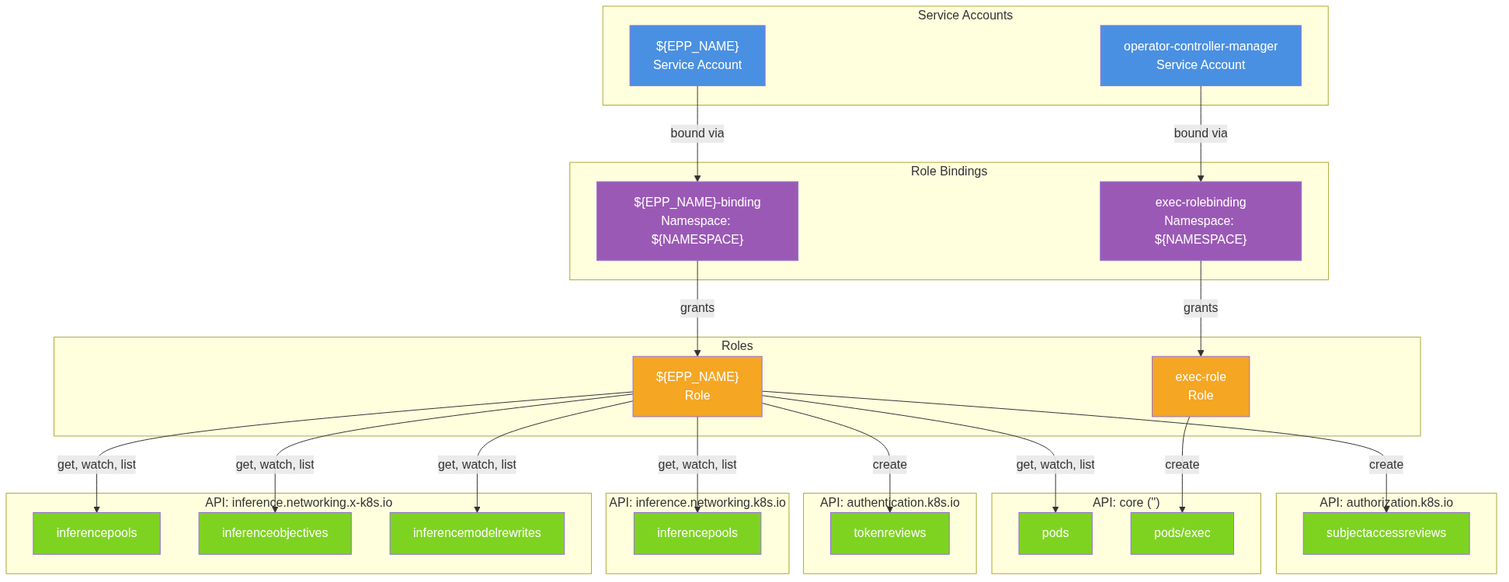
The Mermaid diagram architecture/rhoai-3.4-ea.2/diagrams/llm-d-inference-scheduler-rbac.png in rhuss/architecture-context, before a commit. Its source is kept beside it as architecture/rhoai-3.4-ea.2/diagrams/llm-d-inference-scheduler-rbac.mmd.
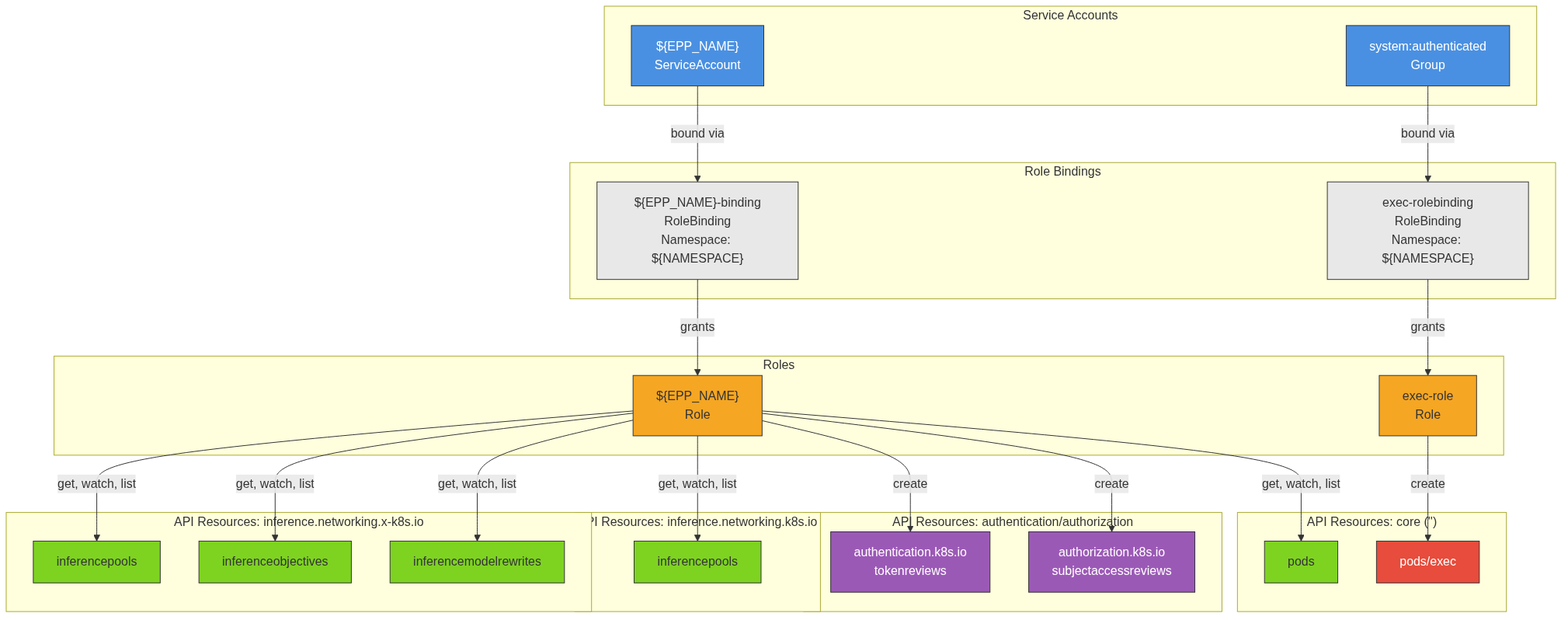
Later version of the same file.

Change to the diagram source:
```diff
@@ -1,13 +1,13 @@
 
 graph TD
     subgraph ServiceAccounts["Service Accounts"]
-        SA_EPP["${EPP_NAME}<br/>Service Account"]
-        SA_Operator["operator-controller-manager<br/>Service Account"]
+        SA_EPP["${EPP_NAME}<br/>ServiceAccount"]
+        SA_Auth["system:authenticated<br/>Group"]
     end
 
     subgraph RoleBindings["Role Bindings"]
-        RB_EPP["${EPP_NAME}-binding<br/>Namespace: ${NAMESPACE}"]
-        RB_Exec["exec-rolebinding<br/>Namespace: ${NAMESPACE}"]
+        RB_EPP["${EPP_NAME}-binding<br/>RoleBinding<br/>Namespace: ${NAMESPACE}"]
+        RB_Exec["exec-rolebinding<br/>RoleBinding<br/>Namespace: ${NAMESPACE}"]
     end
 
     subgraph Roles["Roles"]
@@ -15,56 +15,53 @@
         Role_Exec["exec-role<br/>Role"]
     end
 
-    subgraph Resources_GIE["API: inference.networking.x-k8s.io"]
-        InferencePools_X["inferencepools"]
+    subgraph APIResources_GIE["API Resources: inference.networking.x-k8s.io"]
+        InferencePools_x["inferencepools"]
         InferenceObjectives["inferenceobjectives"]
         InferenceModelRewrites["inferencemodelrewrites"]
     end
 
-    subgraph Resources_GIE_V1["API: inference.networking.k8s.io"]
-        InferencePools_V1["inferencepools"]
+    subgraph APIResources_GIE_GA["API Resources: inference.networking.k8s.io"]
+        InferencePools_GA["inferencepools"]
     end
 
-    subgraph Resources_Core["API: core ('')"]
+    subgraph APIResources_Core["API Resources: core ('')"]
         Pods["pods"]
         PodsExec["pods/exec"]
     end
 
-    subgraph Resources_Auth["API: authentication.k8s.io"]
-        TokenReviews["tokenreviews"]
+    subgraph APIResources_Auth["API Resources: authentication/authorization"]
+        TokenReviews["authentication.k8s.io<br/>tokenreviews"]
+        SubjectAccessReviews["authorization.k8s.io<br/>subjectaccessreviews"]
     end
 
-    subgraph Resources_Authz["API: authorization.k8s.io"]
-        SubjectAccessReviews["subjectaccessreviews"]
-    end
+    SA_EPP -->|"bound via"| RB_EPP
+    SA_Auth -->|"bound via"| RB_Exec
 
-    SA_EPP -->|bound via| RB_EPP
-    RB_EPP -->|grants| Role_EPP
+    RB_EPP -->|"grants"| Role_EPP
+    RB_Exec -->|"grants"| Role_Exec
 
-    SA_Operator -->|bound via| RB_Exec
-    RB_Exec -->|grants| Role_Exec
-
-    Role_EPP -->|"get, watch, list"| InferencePools_X
+    Role_EPP -->|"get, watch, list"| InferencePools_x
     Role_EPP -->|"get, watch, list"| InferenceObjectives
     Role_EPP -->|"get, watch, list"| InferenceModelRewrites
-    Role_EPP -->|"get, watch, list"| InferencePools_V1
+    Role_EPP -->|"get, watch, list"| InferencePools_GA
     Role_EPP -->|"get, watch, list"| Pods
     Role_EPP -->|"create"| TokenReviews
     Role_EPP -->|"create"| SubjectAccessReviews
 
     Role_Exec -->|"create"| PodsExec
 
-    style SA_EPP fill:#4a90e2,color:#fff
-    style SA_Operator fill:#4a90e2,color:#fff
-    style RB_EPP fill:#9b59b6,color:#fff
-    style RB_Exec fill:#9b59b6,color:#fff
-    style Role_EPP fill:#f5a623,color:#fff
-    style Role_Exec fill:#f5a623,color:#fff
-    style InferencePools_X fill:#7ed321,color:#fff
-    style InferenceObjectives fill:#7ed321,color:#fff
-    style InferenceModelRewrites fill:#7ed321,color:#fff
-    style InferencePools_V1 fill:#7ed321,color:#fff
-    style Pods fill:#7ed321,color:#fff
-    style PodsExec fill:#7ed321,color:#fff
-    style TokenReviews fill:#7ed321,color:#fff
-    style SubjectAccessReviews fill:#7ed321,color:#fff
+    style SA_EPP fill:#4a90e2,stroke:#333,color:#fff
+    style SA_Auth fill:#4a90e2,stroke:#333,color:#fff
+    style RB_EPP fill:#e8e8e8,stroke:#333
+    style RB_Exec fill:#e8e8e8,stroke:#333
+    style Role_EPP fill:#f5a623,stroke:#333
+    style Role_Exec fill:#f5a623,stroke:#333
+    style InferencePools_x fill:#7ed321,stroke:#333
+    style InferenceObjectives fill:#7ed321,stroke:#333
+    style InferenceModelRewrites fill:#7ed321,stroke:#333
+    style InferencePools_GA fill:#7ed321,stroke:#333
+    style Pods fill:#7ed321,stroke:#333
+    style PodsExec fill:#e74c3c,stroke:#333,color:#fff
+    style TokenReviews fill:#9b59b6,stroke:#333,color:#fff
+    style SubjectAccessReviews fill:#9b59b6,stroke:#333,color:#fff
```
